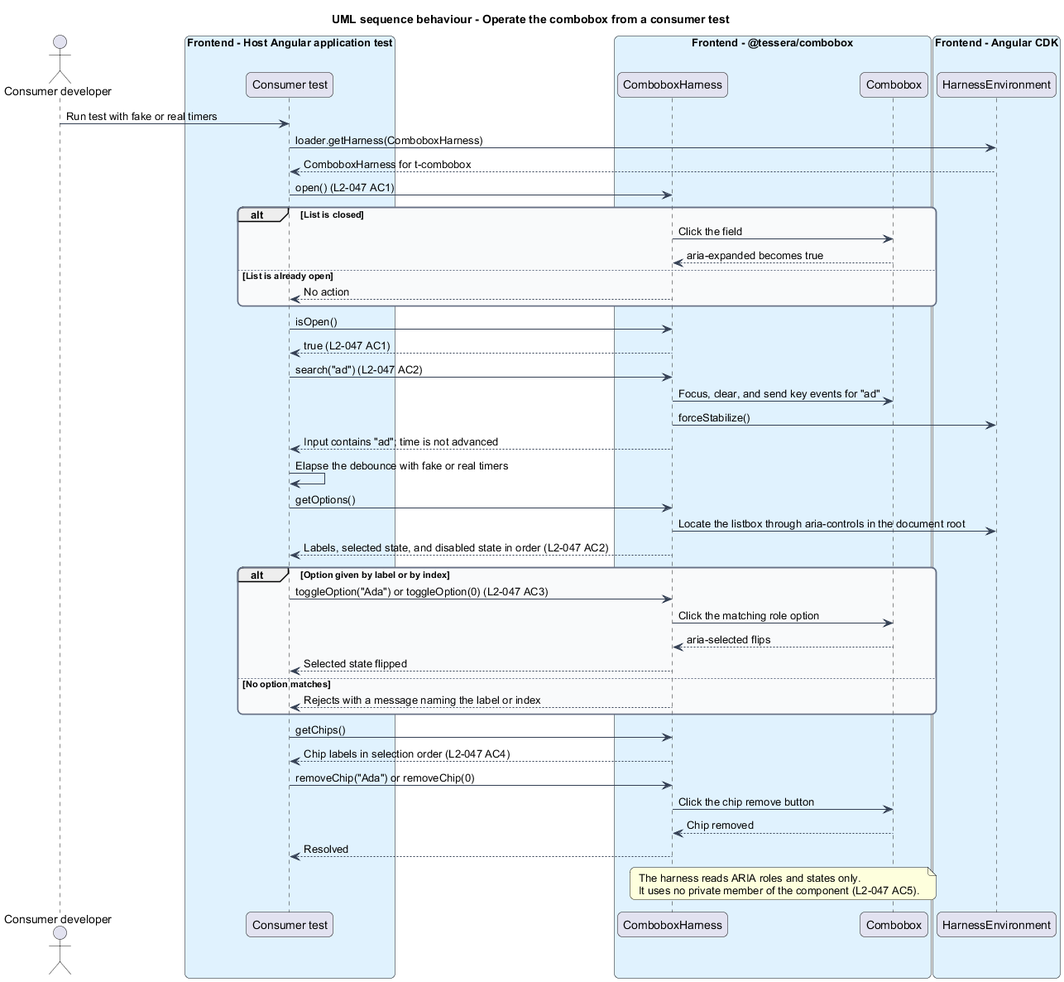
Above: docs/detailed-designs/combobox/verify-and-document/diagrams/sequence-consumer-harness.png in QuinntyneBrown/Tessera (PlantUML), before the change.
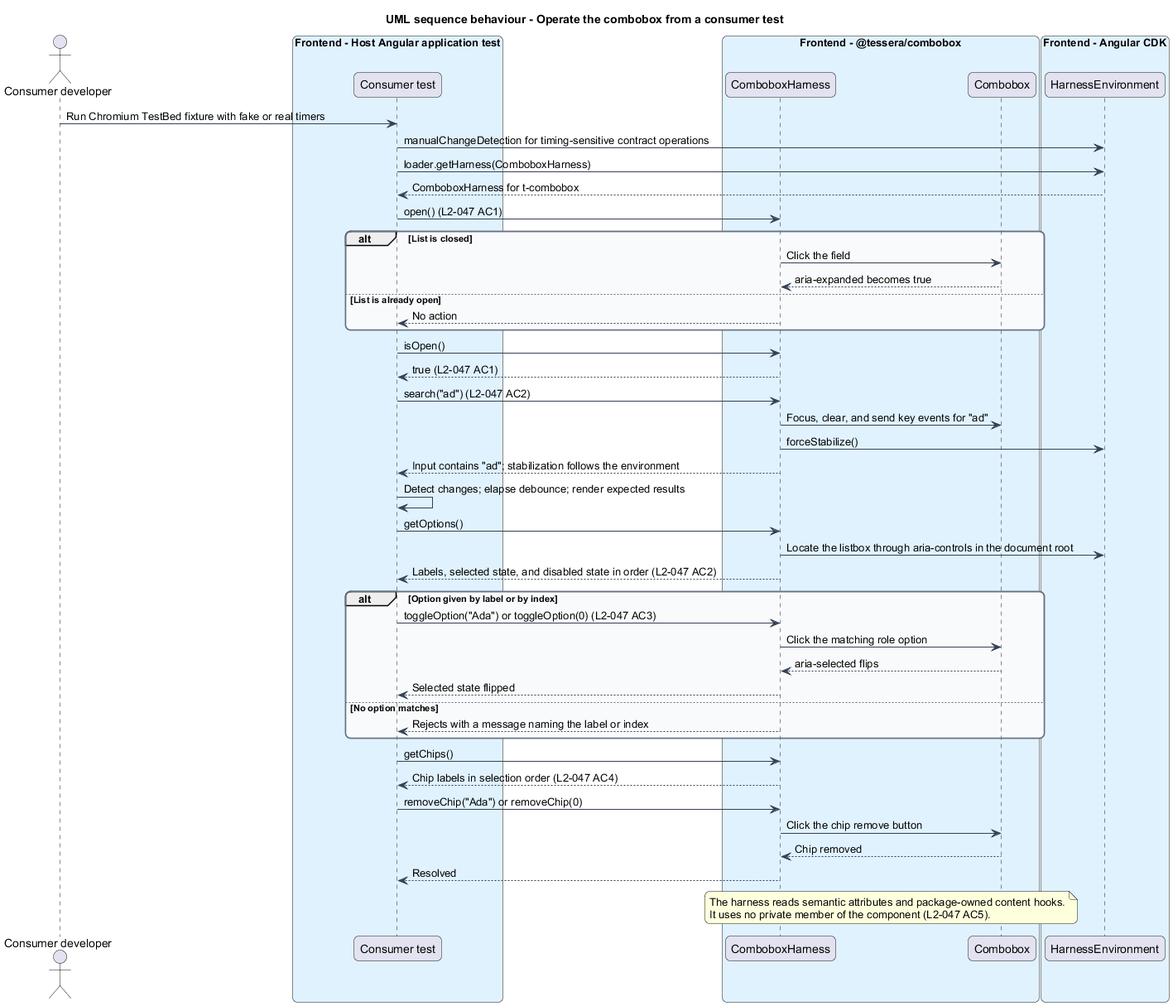
After the commit.

Diff of the diagram source:
```diff
@@ -26,7 +26,8 @@
   participant "HarnessEnvironment" as env
 end box
 
-dev -> test : Run test with fake or real timers
+dev -> test : Run Chromium TestBed fixture with fake or real timers
+test -> env : manualChangeDetection for timing-sensitive contract operations
 test -> env : loader.getHarness(ComboboxHarness)
 env --> test : ComboboxHarness for t-combobox
 test -> harness : open() (L2-047 AC1)
@@ -41,8 +42,8 @@
 test -> harness : search("ad") (L2-047 AC2)
 harness -> cb : Focus, clear, and send key events for "ad"
 harness -> env : forceStabilize()
-harness --> test : Input contains "ad"; time is not advanced
-test -> test : Elapse the debounce with fake or real timers
+harness --> test : Input contains "ad"; stabilization follows the environment
+test -> test : Detect changes; elapse debounce; render expected results
 test -> harness : getOptions()
 harness -> env : Locate the listbox through aria-controls in the document root
 harness --> test : Labels, selected state, and disabled state in order (L2-047 AC2)
@@ -61,7 +62,7 @@
 cb --> harness : Chip removed
 harness --> test : Resolved
 note over harness, cb
-  The harness reads ARIA roles and states only.
+  The harness reads semantic attributes and package-owned content hooks.
   It uses no private member of the component (L2-047 AC5).
 end note
 @enduml
```
